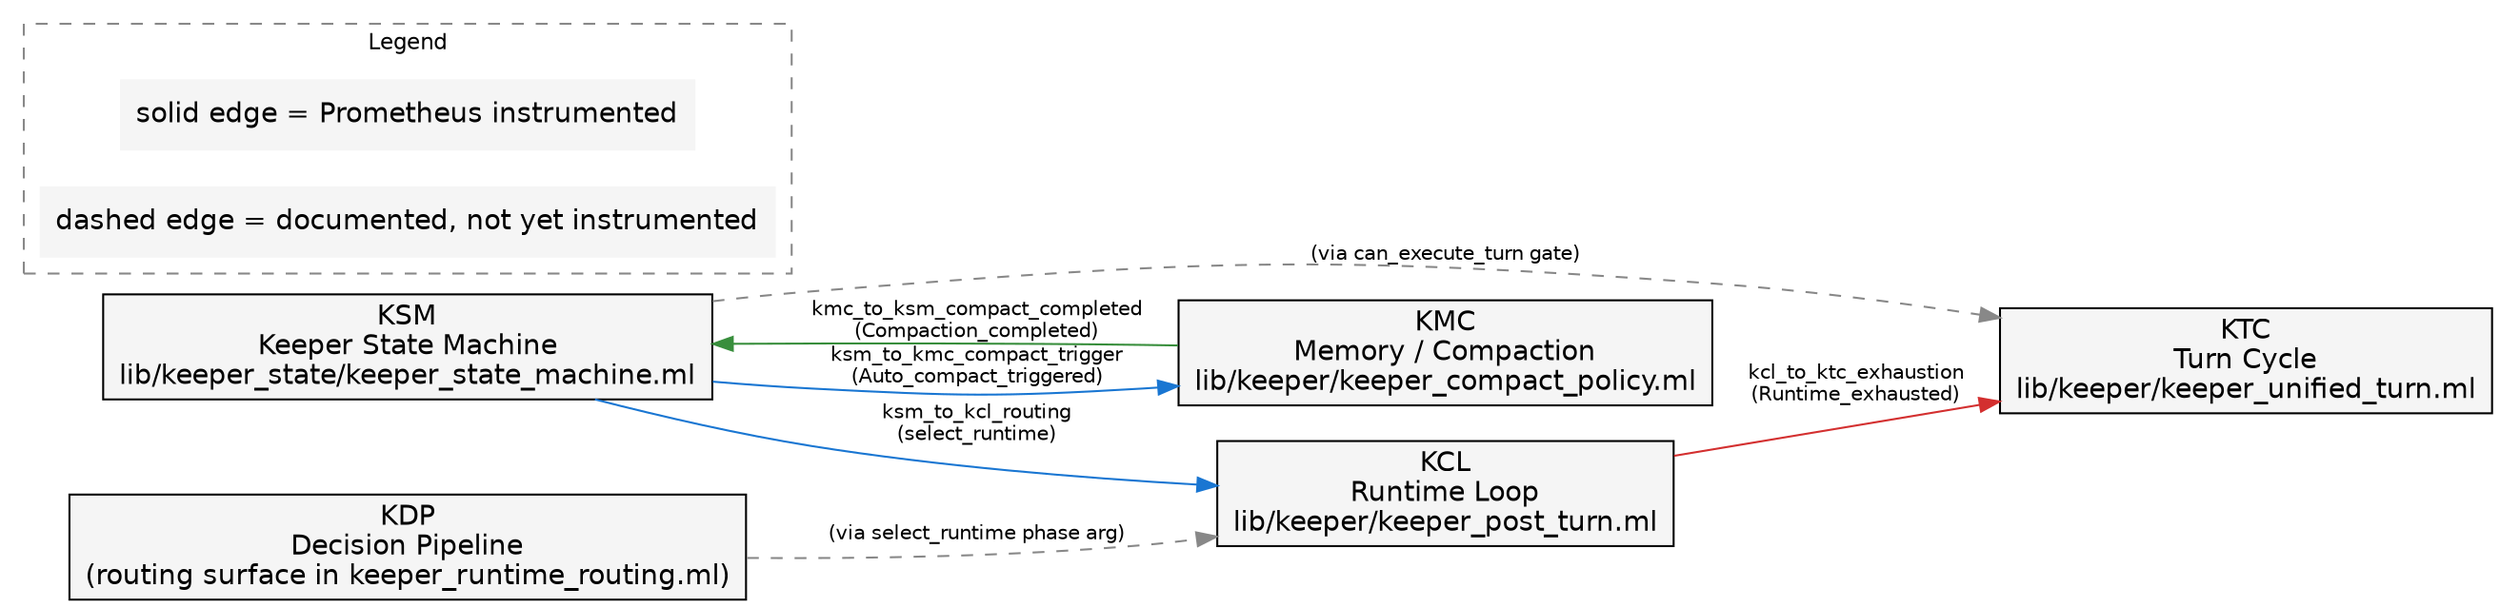
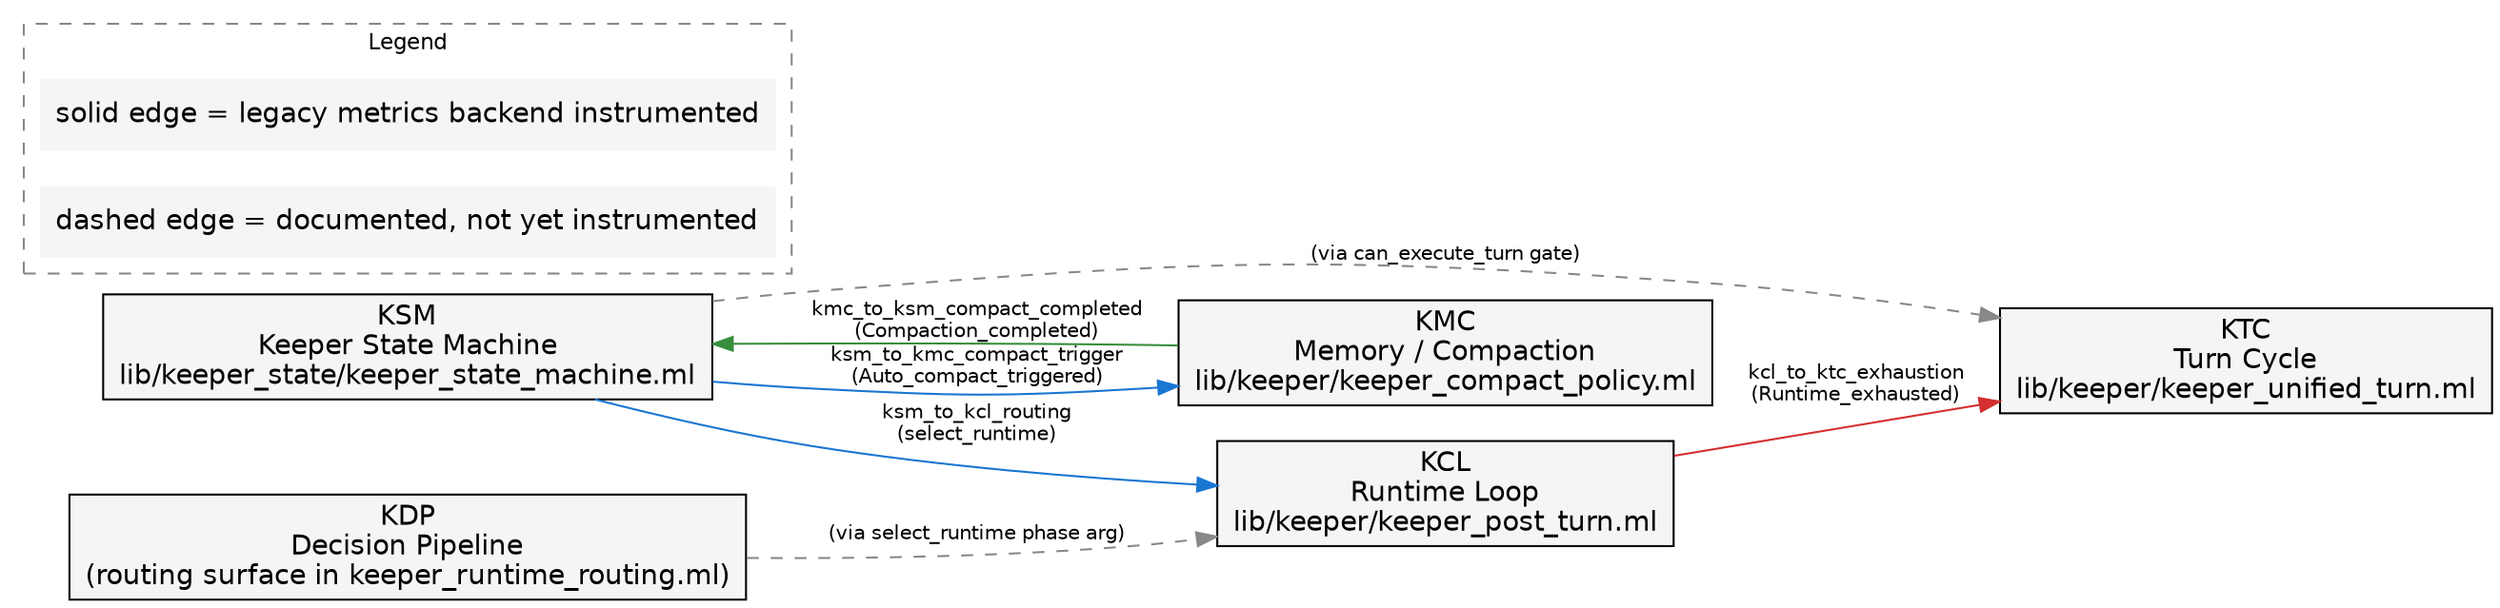
// keeper-fsm-graph.dot — Static cross-FSM coupling graph for the
// keeper system (KSM / KTC / KDP / KCL / KMC).
//
// Each labeled edge corresponds to a [edge=<label>] value emitted by
- // the Prometheus counter [masc_keeper_fsm_edge_transitions_total]
- // (declared in lib/prometheus.mli).
+ // the legacy metrics backend counter [masc_keeper_fsm_edge_transitions_total]
+ // (declared in legacy metrics backend interface).
//
// Render:
//   dot -Tsvg docs/keeper-fsm-graph.dot -o docs/keeper-fsm-graph.svg
//
// Validate the OCaml wiring still matches:
//   bash scripts/validate-keeper-fsm-graph.sh
//
// References:
//   - specs/keeper-state-machine/KeeperCompositeLifecycle.tla
//   - test/test_keeper_fsm_joints.ml (PR-H, joint invariant tests)

digraph keeper_fsm {
  rankdir = LR;
  fontname = "Helvetica";
  node [shape=box, style=filled, fillcolor="#f5f5f5", fontname="Helvetica"];
  edge [fontname="Helvetica", fontsize=10];

  // 5 sub-FSM nodes (RFC-0002 + RFC-0003).
  KSM [label="KSM\nKeeper State Machine\nlib/keeper_state/keeper_state_machine.ml"];
  KTC [label="KTC\nTurn Cycle\nlib/keeper/keeper_unified_turn.ml"];
  KDP [label="KDP\nDecision Pipeline\n(routing surface in keeper_runtime_routing.ml)"];
  KCL [label="KCL\nRuntime Loop\nlib/keeper/keeper_post_turn.ml"];
  KMC [label="KMC\nMemory / Compaction\nlib/keeper/keeper_compact_policy.ml"];

  // ── Instrumented edges (counter labels match the OCaml call sites) ──

  KSM -> KCL [
    label = "ksm_to_kcl_routing\n(select_runtime)",
    color = "#1976d2",
    tooltip = "lib/keeper/keeper_unified_turn.ml:1086"
  ];

  KSM -> KMC [
    label = "ksm_to_kmc_compact_trigger\n(Auto_compact_triggered)",
    color = "#1976d2",
    tooltip = "lib/keeper/keeper_registry.ml:995"
  ];

  KMC -> KSM [
    label = "kmc_to_ksm_compact_completed\n(Compaction_completed)",
    color = "#388e3c",
    tooltip = "lib/keeper/keeper_context_runtime.ml:198 + lib/keeper/keeper_unified_turn.ml:1925"
  ];

  KCL -> KTC [
    label = "kcl_to_ktc_exhaustion\n(Runtime_exhausted)",
    color = "#d32f2f",
    tooltip = "lib/keeper/keeper_unified_turn.ml:1647"
  ];

  // ── Documented but un-instrumented edges (follow-up trail) ──

  KDP -> KCL [
    label = "(via select_runtime phase arg)",
    style = "dashed",
    color = "#888888",
    tooltip = "Currently fused into ksm_to_kcl_routing; KDP signal arrives as the phase argument"
  ];

  KSM -> KTC [
    label = "(via can_execute_turn gate)",
    style = "dashed",
    color = "#888888",
    tooltip = "Pure predicate keeper_state_machine.ml:can_execute_turn — no counter, gate read at every turn entry"
  ];

  // ── Legend ─────────────────────────────────────────────
  subgraph cluster_legend {
    label = "Legend";
    style = dashed;
    color = "#888888";
    fontsize = 11;

-     legend_solid [label="solid edge = Prometheus instrumented", shape=plaintext];
+     legend_solid [label="solid edge = legacy metrics backend instrumented", shape=plaintext];
    legend_dashed [label="dashed edge = documented, not yet instrumented", shape=plaintext];
  }
}
